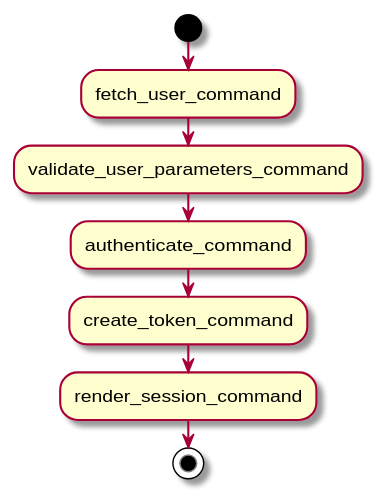
Above: build/uml/session_post_controller.svg in arpb2/C-3PO (PlantUML), before the change.
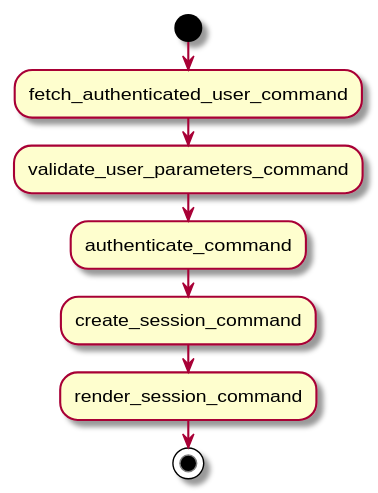
After the change.

What changed in the source:
```diff
@@ -1,9 +1,9 @@
 @startuml
 start
-:fetch_user_command;
+:fetch_authenticated_user_command;
 :validate_user_parameters_command;
 :authenticate_command;
-:create_token_command;
+:create_session_command;
 :render_session_command;
 stop
 @enduml
```
